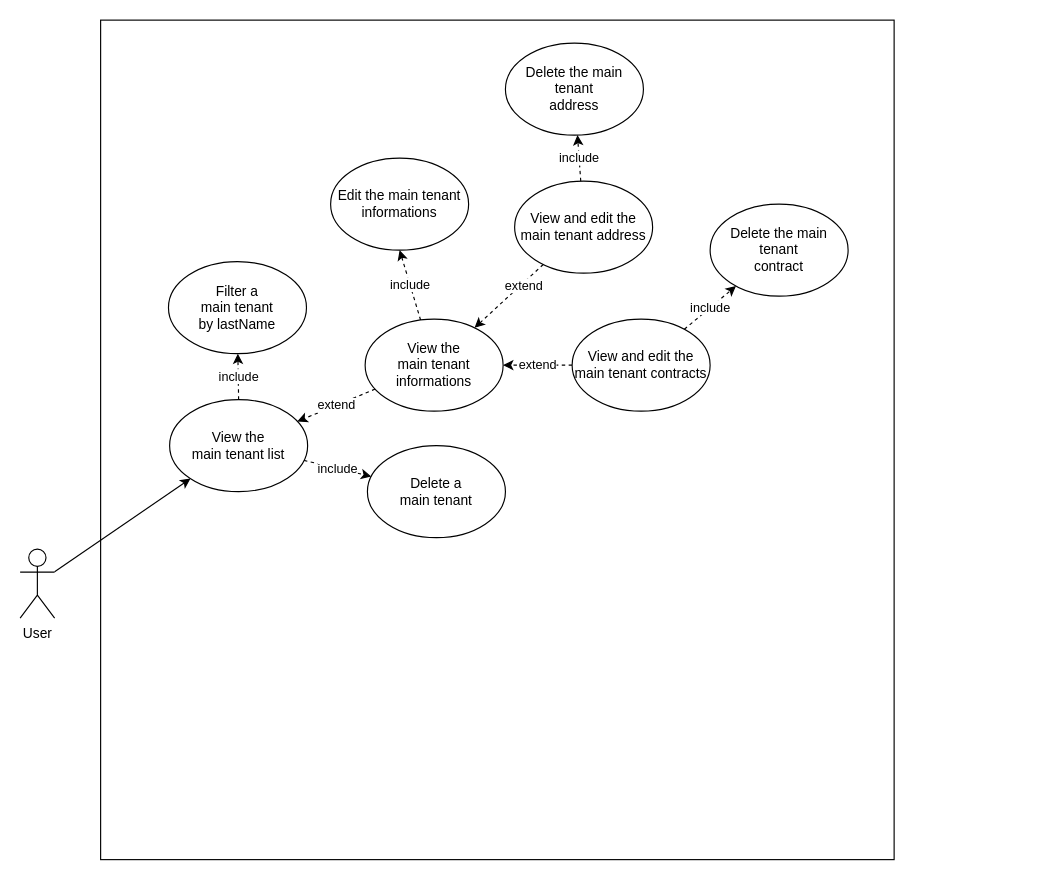
Before: conception/use case Diagram.drawio in chrystlll/rentalProject_back, a draw.io diagram. Source tidied: cells renumbered, new cells numbered last; positions are measured from the earlier drawing's top-left corner, leaving out a move shared by most shapes. Both pictures are drawn from the tidied source at 115%, with x=0, y=0 at pixel (20, 20).
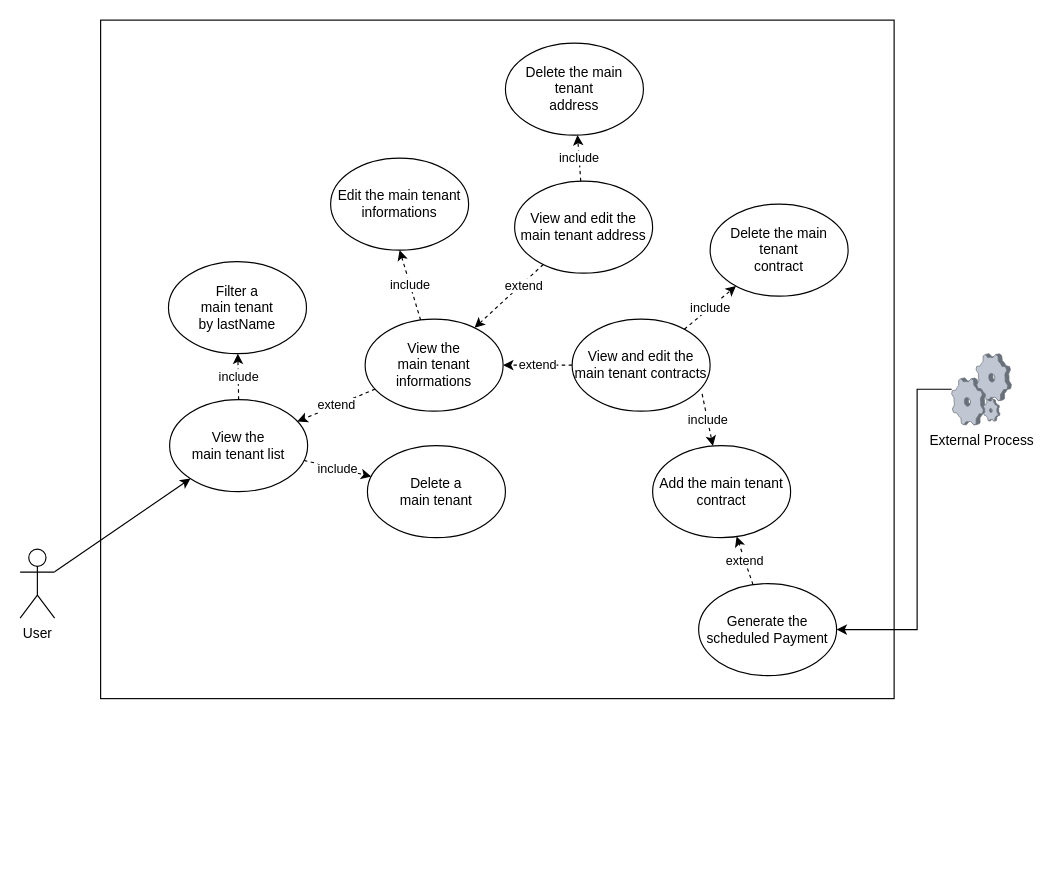
The same diagram, later.

Unchanged cells that the change refers to:
```xml
<mxCell id="19" value="&lt;div&gt;View and edit the main tenant contracts&lt;br&gt;&lt;/div&gt;" style="ellipse;whiteSpace=wrap;html=1;" parent="1" vertex="1">
  <mxGeometry x="480" y="260" width="120" height="80" as="geometry" />
</mxCell>
```

Diff of the diagram source:
```diff
@@
     <mxCell id="2" style="rounded=0;whiteSpace=wrap;html=1;" parent="1" vertex="1">
-      <mxGeometry x="70" width="690" height="730" as="geometry" />
+      <mxGeometry x="70" width="690" height="590" as="geometry" />
     </mxCell>
@@
+    <mxCell id="23" style="edgeStyle=orthogonalEdgeStyle;rounded=0;jettySize=auto;html=1;entryX=1;entryY=0.5;entryDx=0;entryDy=0;" parent="1" edge="1" source="24" target="27">
+      <mxGeometry relative="1" as="geometry">
+        <Array as="points">
+          <mxPoint x="780" y="321" />
+          <mxPoint x="780" y="530" />
+        </Array>
+      </mxGeometry>
+    </mxCell>
+    <mxCell id="24" value="External Process" style="verticalLabelPosition=bottom;sketch=0;html=1;verticalAlign=top;strokeColor=none;align=center;outlineConnect=0;shape=mxgraph.citrix.process;" parent="1" vertex="1">
+      <mxGeometry x="810" y="290" width="52" height="62" as="geometry" />
+    </mxCell>
+    <mxCell id="25" value="&lt;div&gt;Add the main tenant &lt;br&gt;&lt;/div&gt;&lt;div&gt;contract&lt;br&gt;&lt;/div&gt;" style="ellipse;whiteSpace=wrap;html=1;" parent="1" vertex="1">
+      <mxGeometry x="550" y="370" width="120" height="80" as="geometry" />
+    </mxCell>
+    <mxCell id="26" value="include" style="edgeStyle=none;rounded=0;jettySize=auto;html=1;dashed=1;exitX=0.942;exitY=0.813;exitDx=0;exitDy=0;exitPerimeter=0;" parent="1" edge="1" source="19" target="25">
+      <mxGeometry relative="1" as="geometry" />
+    </mxCell>
+    <mxCell id="27" value="&lt;div&gt;Generate the scheduled Payment&lt;br&gt;&lt;/div&gt;" style="ellipse;whiteSpace=wrap;html=1;" parent="1" vertex="1">
+      <mxGeometry x="590" y="490" width="120" height="80" as="geometry" />
+    </mxCell>
+    <mxCell id="28" value="extend" style="edgeStyle=none;rounded=0;jettySize=auto;html=1;dashed=1;" parent="1" edge="1" source="27" target="25">
+      <mxGeometry relative="1" as="geometry" />
+    </mxCell>
```
